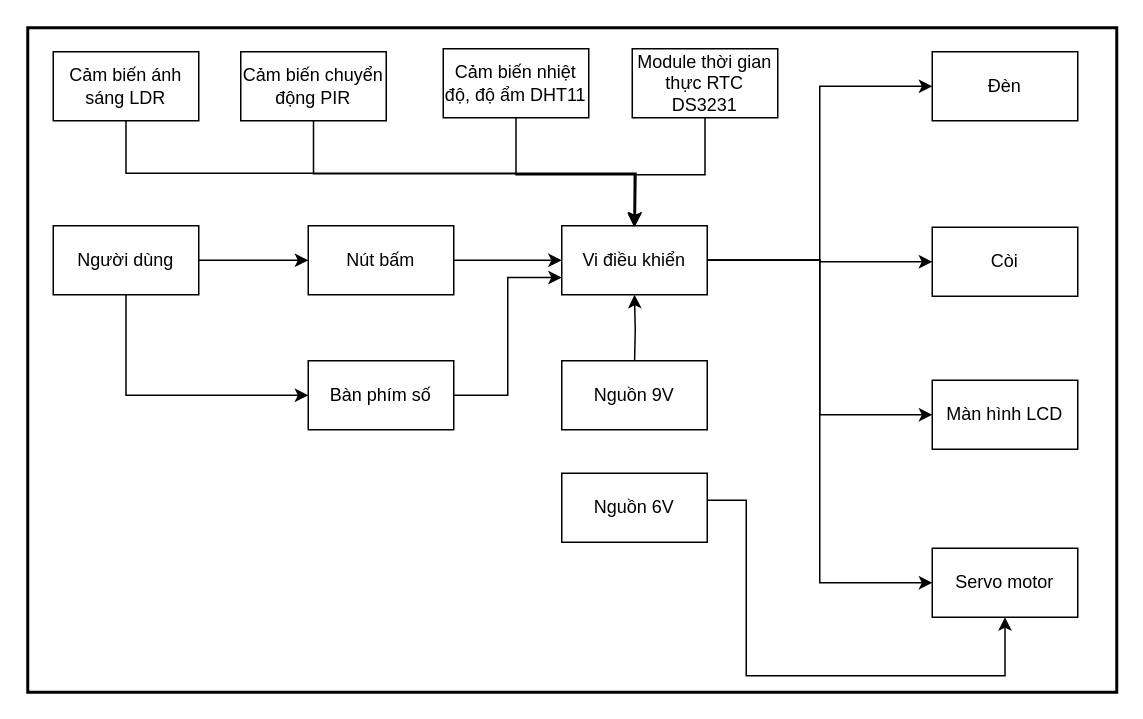
Earlier version of the draw.io diagram page "Page-1" (1 of 2) of Untitled Diagram.drawio (nghiafl1/spring-boot-learning). Source tidied: cells renumbered, new cells numbered last; positions are measured from the earlier drawing's top-left corner, leaving out a move shared by most shapes. Both pictures are drawn from the tidied source at 150%, with x=0, y=0 at pixel (27, 27).
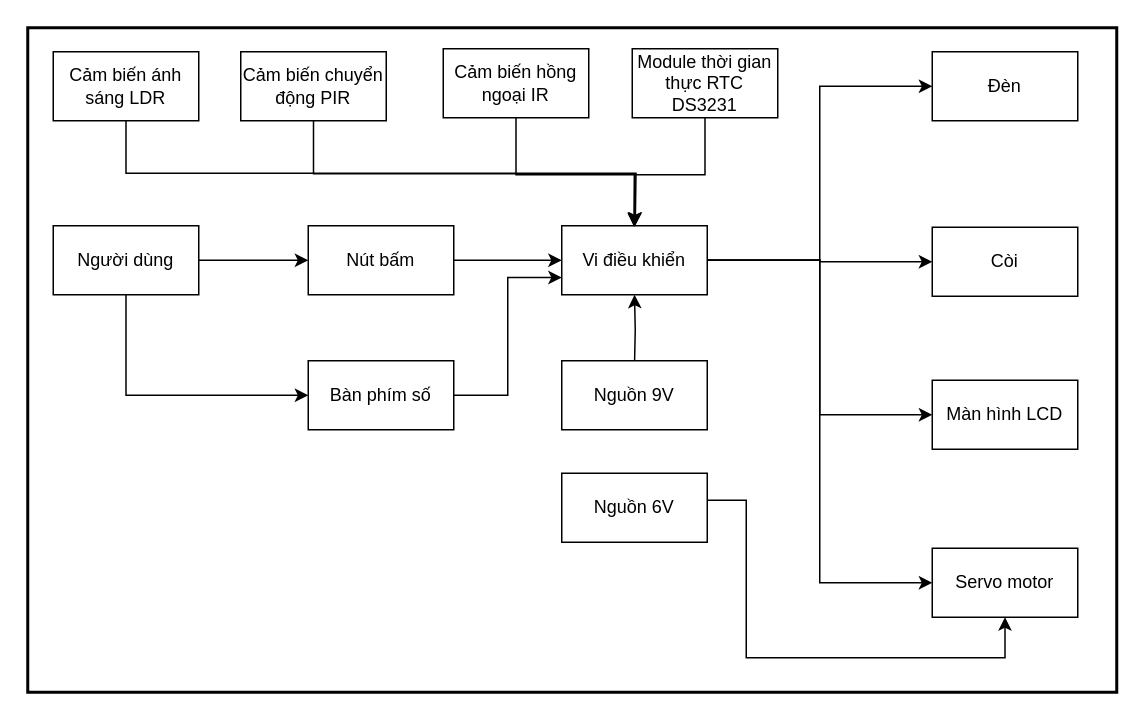
The same diagram, later.

Unchanged cells that the change refers to:
```xml
<mxCell id="15" value="&lt;div&gt;Servo motor&lt;/div&gt;" style="rounded=0;whiteSpace=wrap;html=1;" parent="1" vertex="1">
  <mxGeometry x="603" y="347" width="97" height="46" as="geometry" />
</mxCell>
<mxCell id="23" value="Nguồn 6V" style="rounded=0;whiteSpace=wrap;html=1;" parent="1" vertex="1">
  <mxGeometry x="356" y="297" width="97" height="46" as="geometry" />
</mxCell>
```

What changed in the source:
```diff
@@
-    <mxCell id="21" value="Cảm biến nhiệt độ, độ ẩm DHT11" style="rounded=0;whiteSpace=wrap;html=1;" parent="1" vertex="1">
+    <mxCell id="21" value="Cảm biến hồng ngoại IR" style="rounded=0;whiteSpace=wrap;html=1;" parent="1" vertex="1">
       <mxGeometry x="277" y="14" width="97" height="46" as="geometry" />
     </mxCell>
     <mxCell id="22" style="edgeStyle=orthogonalEdgeStyle;rounded=0;jettySize=auto;html=1;exitX=1;exitY=0.5;exitDx=0;exitDy=0;entryX=0.5;entryY=1;entryDx=0;entryDy=0;" parent="1" edge="1" source="23" target="15">
       <mxGeometry relative="1" as="geometry">
         <Array as="points">
           <mxPoint x="453" y="315" />
           <mxPoint x="479" y="315" />
-          <mxPoint x="479" y="432" />
-          <mxPoint x="652" y="432" />
+          <mxPoint x="479" y="420" />
+          <mxPoint x="652" y="420" />
         </Array>
       </mxGeometry>
     </mxCell>
```
